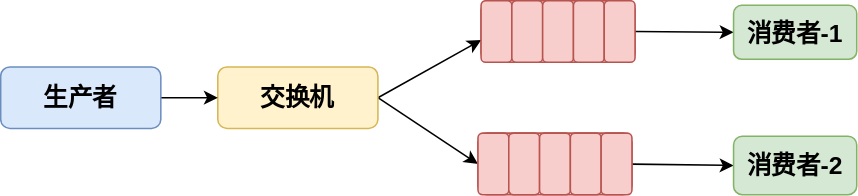
Above: RabbitMQ/RabbitMQ工作模式/Pub-Sub订阅模式简图.drawio.svg in Developer-Tang/notes (draw.io), before the change. Source tidied: cells renumbered, new cells last; positions are measured from the earlier drawing's top-left corner, leaving out a move shared by most shapes. The source it was exported from:
```xml
<mxGraphModel>
  <root>
    <mxCell id="0" />
    <mxCell id="1" parent="0" />
    <mxCell id="2" style="whiteSpace=wrap;html=1;rounded=1;fontSize=16;fontStyle=1;strokeColor=#b85450;fillColor=#f8cecc;" parent="1" vertex="1">
      <mxGeometry x="312" width="100" height="40" as="geometry" />
    </mxCell>
    <mxCell id="3" style="rounded=0;jettySize=auto;html=1;fontSize=16;exitX=1;exitY=0.5;exitDx=0;exitDy=0;" parent="1" edge="1" source="5" target="6">
      <mxGeometry relative="1" as="geometry" />
    </mxCell>
    <mxCell id="4" style="edgeStyle=none;rounded=0;jettySize=auto;html=1;exitX=1;exitY=0.5;exitDx=0;exitDy=0;entryX=0;entryY=0.5;entryDx=0;entryDy=0;" parent="1" edge="1" source="5" target="18">
      <mxGeometry relative="1" as="geometry" />
    </mxCell>
    <mxCell id="5" value="交换机" style="rounded=1;whiteSpace=wrap;html=1;fontSize=16;fillColor=#fff2cc;strokeColor=#d6b656;fontStyle=1;" parent="1" vertex="1">
      <mxGeometry x="141" y="43" width="104" height="40" as="geometry" />
    </mxCell>
    <mxCell id="6" style="whiteSpace=wrap;html=1;rounded=1;fontSize=16;fontStyle=1;strokeColor=#b85450;fillColor=#f8cecc;" parent="1" vertex="1">
      <mxGeometry x="312" width="20" height="40" as="geometry" />
    </mxCell>
    <mxCell id="7" style="whiteSpace=wrap;html=1;rounded=1;fontSize=16;fontStyle=1;strokeColor=#b85450;fillColor=#f8cecc;" parent="1" vertex="1">
      <mxGeometry x="332" width="20" height="40" as="geometry" />
    </mxCell>
    <mxCell id="8" style="whiteSpace=wrap;html=1;rounded=1;fontSize=16;fontStyle=1;strokeColor=#b85450;fillColor=#f8cecc;" parent="1" vertex="1">
      <mxGeometry x="352" width="20" height="40" as="geometry" />
    </mxCell>
    <mxCell id="9" style="whiteSpace=wrap;html=1;rounded=1;fontSize=16;fontStyle=1;strokeColor=#b85450;fillColor=#f8cecc;" parent="1" vertex="1">
      <mxGeometry x="372" width="20" height="40" as="geometry" />
    </mxCell>
    <mxCell id="10" style="rounded=0;jettySize=auto;html=1;fontSize=16;entryX=0;entryY=0.5;entryDx=0;entryDy=0;exitX=1;exitY=0.5;exitDx=0;exitDy=0;" parent="1" edge="1" source="12" target="13">
      <mxGeometry relative="1" as="geometry" />
    </mxCell>
    <mxCell id="11" style="edgeStyle=none;rounded=0;jettySize=auto;html=1;entryX=0;entryY=0.5;entryDx=0;entryDy=0;fontSize=16;" parent="1" edge="1" source="22" target="14">
      <mxGeometry relative="1" as="geometry" />
    </mxCell>
    <mxCell id="12" style="whiteSpace=wrap;html=1;rounded=1;fontSize=16;fontStyle=1;strokeColor=#b85450;fillColor=#f8cecc;" parent="1" vertex="1">
      <mxGeometry x="392" width="20" height="40" as="geometry" />
    </mxCell>
    <mxCell id="13" value="消费者-1" style="whiteSpace=wrap;html=1;rounded=1;fontSize=16;fontStyle=1;strokeColor=#82b366;fillColor=#d5e8d4;" parent="1" vertex="1">
      <mxGeometry x="476" y="3" width="80" height="35" as="geometry" />
    </mxCell>
    <mxCell id="14" value="消费者-2" style="whiteSpace=wrap;html=1;rounded=1;fontSize=16;fontStyle=1;strokeColor=#82b366;fillColor=#d5e8d4;" parent="1" vertex="1">
      <mxGeometry x="476" y="88" width="80" height="38" as="geometry" />
    </mxCell>
    <mxCell id="15" style="edgeStyle=orthogonalEdgeStyle;rounded=0;jettySize=auto;html=1;" parent="1" edge="1" source="16" target="5">
      <mxGeometry relative="1" as="geometry" />
    </mxCell>
    <mxCell id="16" value="生产者" style="rounded=1;whiteSpace=wrap;html=1;fontSize=16;fillColor=#dae8fc;strokeColor=#6c8ebf;fontStyle=1;" parent="1" vertex="1">
      <mxGeometry y="43" width="104" height="40" as="geometry" />
    </mxCell>
    <mxCell id="17" style="whiteSpace=wrap;html=1;rounded=1;fontSize=16;fontStyle=1;strokeColor=#b85450;fillColor=#f8cecc;" parent="1" vertex="1">
      <mxGeometry x="310" y="86" width="100" height="40" as="geometry" />
    </mxCell>
    <mxCell id="18" style="whiteSpace=wrap;html=1;rounded=1;fontSize=16;fontStyle=1;strokeColor=#b85450;fillColor=#f8cecc;" parent="1" vertex="1">
      <mxGeometry x="310" y="86" width="20" height="40" as="geometry" />
    </mxCell>
    <mxCell id="19" style="whiteSpace=wrap;html=1;rounded=1;fontSize=16;fontStyle=1;strokeColor=#b85450;fillColor=#f8cecc;" parent="1" vertex="1">
      <mxGeometry x="330" y="86" width="20" height="40" as="geometry" />
    </mxCell>
    <mxCell id="20" style="whiteSpace=wrap;html=1;rounded=1;fontSize=16;fontStyle=1;strokeColor=#b85450;fillColor=#f8cecc;" parent="1" vertex="1">
      <mxGeometry x="350" y="86" width="20" height="40" as="geometry" />
    </mxCell>
    <mxCell id="21" style="whiteSpace=wrap;html=1;rounded=1;fontSize=16;fontStyle=1;strokeColor=#b85450;fillColor=#f8cecc;" parent="1" vertex="1">
      <mxGeometry x="370" y="86" width="20" height="40" as="geometry" />
    </mxCell>
    <mxCell id="22" style="whiteSpace=wrap;html=1;rounded=1;fontSize=16;fontStyle=1;strokeColor=#b85450;fillColor=#f8cecc;" parent="1" vertex="1">
      <mxGeometry x="390" y="86" width="20" height="40" as="geometry" />
    </mxCell>
  </root>
</mxGraphModel>
```
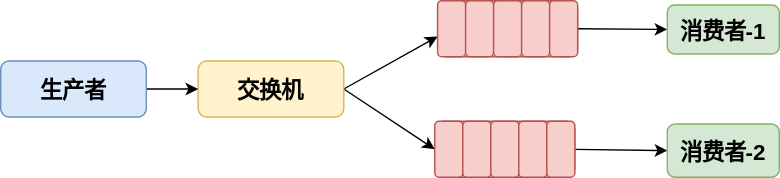
After the commit.

Change to the diagram source:
```diff
@@ -2,67 +2,67 @@
   <root>
     <mxCell id="0" />
     <mxCell id="1" parent="0" />
-    <mxCell id="2" style="whiteSpace=wrap;html=1;rounded=1;fontSize=16;fontStyle=1;strokeColor=#b85450;fillColor=#f8cecc;" parent="1" vertex="1">
+    <mxCell id="2" style="rounded=1;fontSize=16;fontStyle=1;strokeColor=#b85450;fillColor=#f8cecc;" parent="1" vertex="1">
       <mxGeometry x="312" width="100" height="40" as="geometry" />
     </mxCell>
-    <mxCell id="3" style="rounded=0;jettySize=auto;html=1;fontSize=16;exitX=1;exitY=0.5;exitDx=0;exitDy=0;" parent="1" edge="1" source="5" target="6">
+    <mxCell id="3" style="rounded=0;jettySize=auto;fontSize=16;exitX=1;exitY=0.5;exitDx=0;exitDy=0;" parent="1" edge="1" source="5" target="6">
       <mxGeometry relative="1" as="geometry" />
     </mxCell>
-    <mxCell id="4" style="edgeStyle=none;rounded=0;jettySize=auto;html=1;exitX=1;exitY=0.5;exitDx=0;exitDy=0;entryX=0;entryY=0.5;entryDx=0;entryDy=0;" parent="1" edge="1" source="5" target="18">
+    <mxCell id="4" style="edgeStyle=none;rounded=0;jettySize=auto;exitX=1;exitY=0.5;exitDx=0;exitDy=0;entryX=0;entryY=0.5;entryDx=0;entryDy=0;" parent="1" edge="1" source="5" target="18">
       <mxGeometry relative="1" as="geometry" />
     </mxCell>
-    <mxCell id="5" value="交换机" style="rounded=1;whiteSpace=wrap;html=1;fontSize=16;fillColor=#fff2cc;strokeColor=#d6b656;fontStyle=1;" parent="1" vertex="1">
+    <mxCell id="5" value="交换机" style="rounded=1;fontSize=16;fillColor=#fff2cc;strokeColor=#d6b656;fontStyle=1;" parent="1" vertex="1">
       <mxGeometry x="141" y="43" width="104" height="40" as="geometry" />
     </mxCell>
-    <mxCell id="6" style="whiteSpace=wrap;html=1;rounded=1;fontSize=16;fontStyle=1;strokeColor=#b85450;fillColor=#f8cecc;" parent="1" vertex="1">
+    <mxCell id="6" style="rounded=1;fontSize=16;fontStyle=1;strokeColor=#b85450;fillColor=#f8cecc;" parent="1" vertex="1">
       <mxGeometry x="312" width="20" height="40" as="geometry" />
     </mxCell>
-    <mxCell id="7" style="whiteSpace=wrap;html=1;rounded=1;fontSize=16;fontStyle=1;strokeColor=#b85450;fillColor=#f8cecc;" parent="1" vertex="1">
+    <mxCell id="7" style="rounded=1;fontSize=16;fontStyle=1;strokeColor=#b85450;fillColor=#f8cecc;" parent="1" vertex="1">
       <mxGeometry x="332" width="20" height="40" as="geometry" />
     </mxCell>
-    <mxCell id="8" style="whiteSpace=wrap;html=1;rounded=1;fontSize=16;fontStyle=1;strokeColor=#b85450;fillColor=#f8cecc;" parent="1" vertex="1">
+    <mxCell id="8" style="rounded=1;fontSize=16;fontStyle=1;strokeColor=#b85450;fillColor=#f8cecc;" parent="1" vertex="1">
       <mxGeometry x="352" width="20" height="40" as="geometry" />
     </mxCell>
-    <mxCell id="9" style="whiteSpace=wrap;html=1;rounded=1;fontSize=16;fontStyle=1;strokeColor=#b85450;fillColor=#f8cecc;" parent="1" vertex="1">
+    <mxCell id="9" style="rounded=1;fontSize=16;fontStyle=1;strokeColor=#b85450;fillColor=#f8cecc;" parent="1" vertex="1">
       <mxGeometry x="372" width="20" height="40" as="geometry" />
     </mxCell>
-    <mxCell id="10" style="rounded=0;jettySize=auto;html=1;fontSize=16;entryX=0;entryY=0.5;entryDx=0;entryDy=0;exitX=1;exitY=0.5;exitDx=0;exitDy=0;" parent="1" edge="1" source="12" target="13">
+    <mxCell id="10" style="rounded=0;jettySize=auto;fontSize=16;entryX=0;entryY=0.5;entryDx=0;entryDy=0;exitX=1;exitY=0.5;exitDx=0;exitDy=0;" parent="1" edge="1" source="12" target="13">
       <mxGeometry relative="1" as="geometry" />
     </mxCell>
-    <mxCell id="11" style="edgeStyle=none;rounded=0;jettySize=auto;html=1;entryX=0;entryY=0.5;entryDx=0;entryDy=0;fontSize=16;" parent="1" edge="1" source="22" target="14">
+    <mxCell id="11" style="edgeStyle=none;rounded=0;jettySize=auto;entryX=0;entryY=0.5;entryDx=0;entryDy=0;fontSize=16;" parent="1" edge="1" source="22" target="14">
       <mxGeometry relative="1" as="geometry" />
     </mxCell>
-    <mxCell id="12" style="whiteSpace=wrap;html=1;rounded=1;fontSize=16;fontStyle=1;strokeColor=#b85450;fillColor=#f8cecc;" parent="1" vertex="1">
+    <mxCell id="12" style="rounded=1;fontSize=16;fontStyle=1;strokeColor=#b85450;fillColor=#f8cecc;" parent="1" vertex="1">
       <mxGeometry x="392" width="20" height="40" as="geometry" />
     </mxCell>
-    <mxCell id="13" value="消费者-1" style="whiteSpace=wrap;html=1;rounded=1;fontSize=16;fontStyle=1;strokeColor=#82b366;fillColor=#d5e8d4;" parent="1" vertex="1">
+    <mxCell id="13" value="消费者-1" style="rounded=1;fontSize=16;fontStyle=1;strokeColor=#82b366;fillColor=#d5e8d4;" parent="1" vertex="1">
       <mxGeometry x="476" y="3" width="80" height="35" as="geometry" />
     </mxCell>
-    <mxCell id="14" value="消费者-2" style="whiteSpace=wrap;html=1;rounded=1;fontSize=16;fontStyle=1;strokeColor=#82b366;fillColor=#d5e8d4;" parent="1" vertex="1">
+    <mxCell id="14" value="消费者-2" style="rounded=1;fontSize=16;fontStyle=1;strokeColor=#82b366;fillColor=#d5e8d4;" parent="1" vertex="1">
       <mxGeometry x="476" y="88" width="80" height="38" as="geometry" />
     </mxCell>
-    <mxCell id="15" style="edgeStyle=orthogonalEdgeStyle;rounded=0;jettySize=auto;html=1;" parent="1" edge="1" source="16" target="5">
+    <mxCell id="15" style="edgeStyle=orthogonalEdgeStyle;rounded=0;jettySize=auto;" parent="1" edge="1" source="16" target="5">
       <mxGeometry relative="1" as="geometry" />
     </mxCell>
-    <mxCell id="16" value="生产者" style="rounded=1;whiteSpace=wrap;html=1;fontSize=16;fillColor=#dae8fc;strokeColor=#6c8ebf;fontStyle=1;" parent="1" vertex="1">
+    <mxCell id="16" value="生产者" style="rounded=1;fontSize=16;fillColor=#dae8fc;strokeColor=#6c8ebf;fontStyle=1;" parent="1" vertex="1">
       <mxGeometry y="43" width="104" height="40" as="geometry" />
     </mxCell>
-    <mxCell id="17" style="whiteSpace=wrap;html=1;rounded=1;fontSize=16;fontStyle=1;strokeColor=#b85450;fillColor=#f8cecc;" parent="1" vertex="1">
+    <mxCell id="17" style="rounded=1;fontSize=16;fontStyle=1;strokeColor=#b85450;fillColor=#f8cecc;" parent="1" vertex="1">
       <mxGeometry x="310" y="86" width="100" height="40" as="geometry" />
     </mxCell>
-    <mxCell id="18" style="whiteSpace=wrap;html=1;rounded=1;fontSize=16;fontStyle=1;strokeColor=#b85450;fillColor=#f8cecc;" parent="1" vertex="1">
+    <mxCell id="18" style="rounded=1;fontSize=16;fontStyle=1;strokeColor=#b85450;fillColor=#f8cecc;" parent="1" vertex="1">
       <mxGeometry x="310" y="86" width="20" height="40" as="geometry" />
     </mxCell>
-    <mxCell id="19" style="whiteSpace=wrap;html=1;rounded=1;fontSize=16;fontStyle=1;strokeColor=#b85450;fillColor=#f8cecc;" parent="1" vertex="1">
+    <mxCell id="19" style="rounded=1;fontSize=16;fontStyle=1;strokeColor=#b85450;fillColor=#f8cecc;" parent="1" vertex="1">
       <mxGeometry x="330" y="86" width="20" height="40" as="geometry" />
     </mxCell>
-    <mxCell id="20" style="whiteSpace=wrap;html=1;rounded=1;fontSize=16;fontStyle=1;strokeColor=#b85450;fillColor=#f8cecc;" parent="1" vertex="1">
+    <mxCell id="20" style="rounded=1;fontSize=16;fontStyle=1;strokeColor=#b85450;fillColor=#f8cecc;" parent="1" vertex="1">
       <mxGeometry x="350" y="86" width="20" height="40" as="geometry" />
     </mxCell>
-    <mxCell id="21" style="whiteSpace=wrap;html=1;rounded=1;fontSize=16;fontStyle=1;strokeColor=#b85450;fillColor=#f8cecc;" parent="1" vertex="1">
+    <mxCell id="21" style="rounded=1;fontSize=16;fontStyle=1;strokeColor=#b85450;fillColor=#f8cecc;" parent="1" vertex="1">
       <mxGeometry x="370" y="86" width="20" height="40" as="geometry" />
     </mxCell>
-    <mxCell id="22" style="whiteSpace=wrap;html=1;rounded=1;fontSize=16;fontStyle=1;strokeColor=#b85450;fillColor=#f8cecc;" parent="1" vertex="1">
+    <mxCell id="22" style="rounded=1;fontSize=16;fontStyle=1;strokeColor=#b85450;fillColor=#f8cecc;" parent="1" vertex="1">
       <mxGeometry x="390" y="86" width="20" height="40" as="geometry" />
     </mxCell>
   </root>
```
